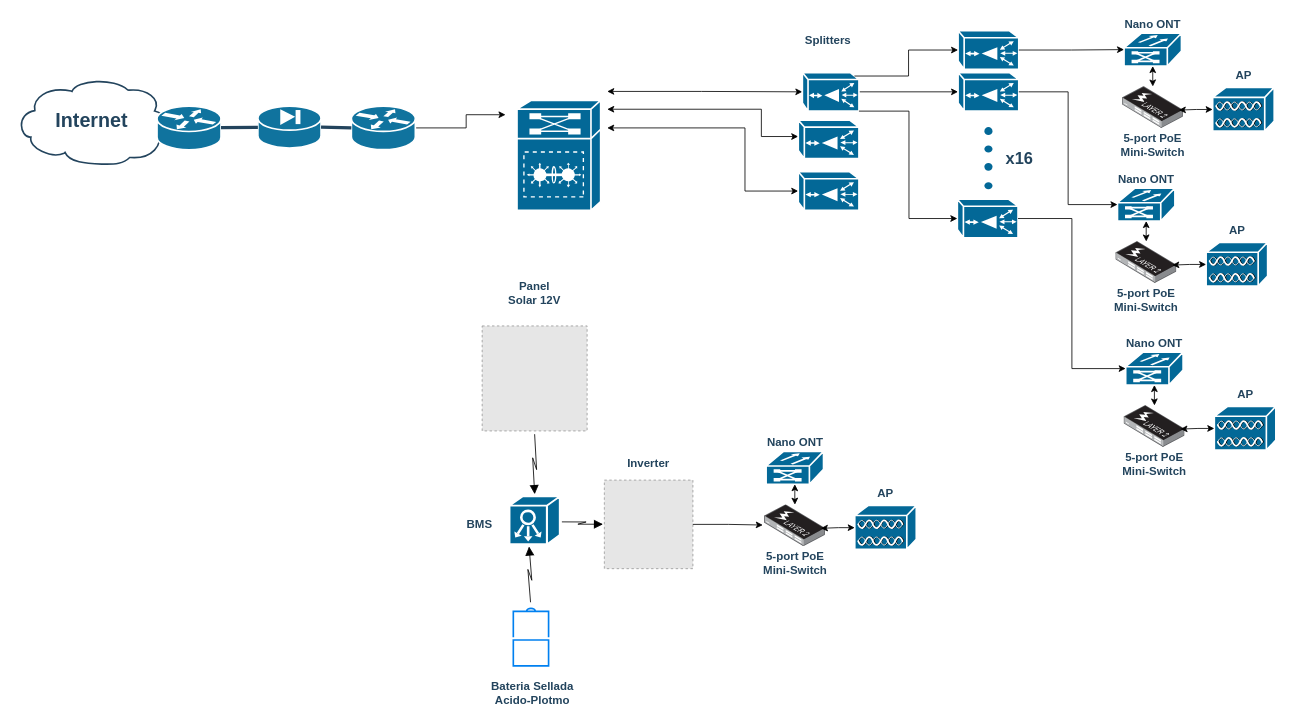
This is Proyecto_Social.drawio from jrivasromi/Proto_Network, a draw.io file, before an edit. Source tidied: cells renumbered, new cells numbered last; positions are measured from the earlier drawing's top-left corner, leaving out a move shared by most shapes. Both pictures are drawn from the tidied source at 82%, with x=0, y=0 at pixel (15, 14). Pictures stored in the file or linked from it are replaced by grey dashed boxes.
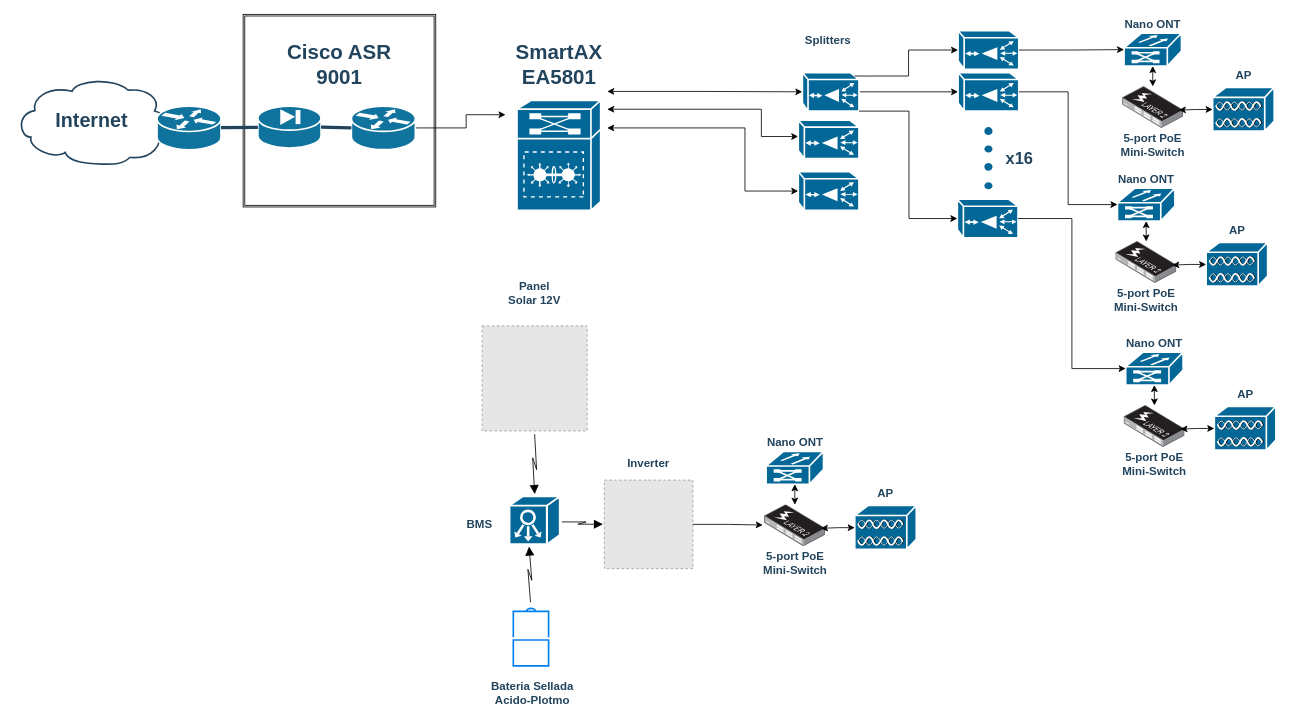
After the change.

Diff of the diagram source:
```diff
@@
+    <mxCell id="80" style="shape=ext;double=1;whiteSpace=wrap;html=1;" parent="1" vertex="1">
+      <mxGeometry x="278" width="234.9" height="234.9" as="geometry" />
+    </mxCell>
@@
+    <mxCell id="81" value="&lt;font style=&quot;font-size: 25px;&quot; color=&quot;#23445d&quot;&gt;Cisco ASR 9001&lt;/font&gt;" style="rounded=1;whiteSpace=wrap;html=1;strokeColor=none;fillColor=none;fontSize=14;fontColor=#742B21;align=center;fontStyle=1;" parent="1" vertex="1">
+      <mxGeometry x="323.9" y="30" width="143" height="59" as="geometry" />
+    </mxCell>
+    <mxCell id="82" value="&lt;font color=&quot;#23445d&quot;&gt;&lt;span style=&quot;font-size: 25px;&quot;&gt;SmartAX EA5801&lt;/span&gt;&lt;/font&gt;" style="rounded=1;whiteSpace=wrap;html=1;strokeColor=none;fillColor=none;fontSize=14;fontColor=#742B21;align=center;fontStyle=1;" parent="1" vertex="1">
+      <mxGeometry x="591.5" y="30" width="143" height="59" as="geometry" />
+    </mxCell>
```
